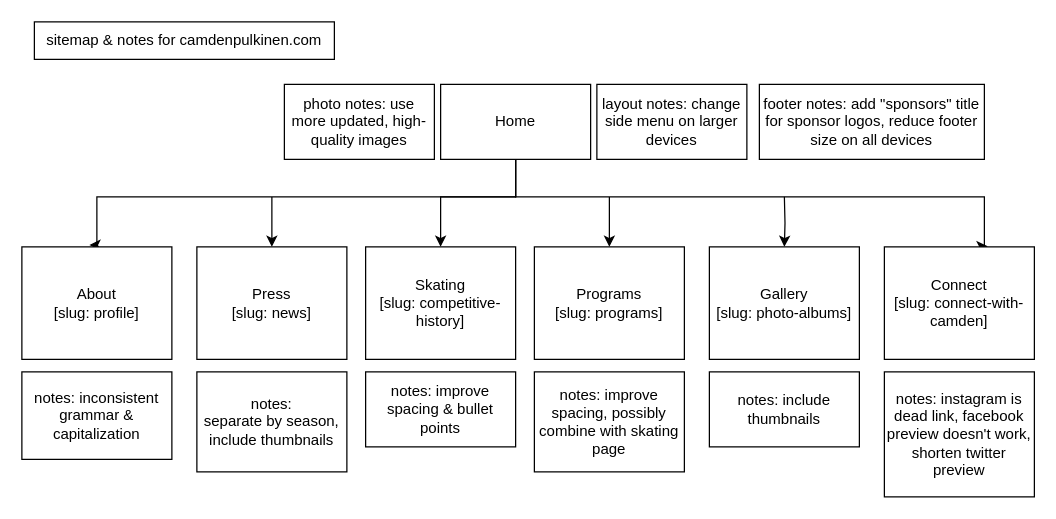
This is drawio-diagrams/camdenpulkinen-sitemap.drawio from cucumberpeel/camden, a draw.io file, before an edit. Source tidied: cells renumbered, new cells numbered last; positions are measured from the earlier drawing's top-left corner, leaving out a move shared by most shapes. Both pictures are drawn from the tidied source at 125%, with x=0, y=0 at pixel (21, 21).
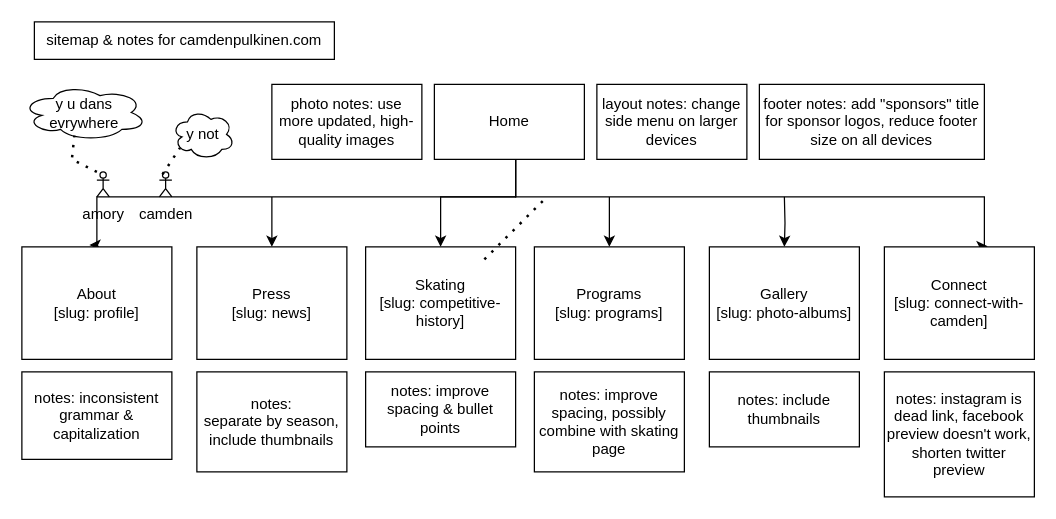
The same page after the edit.

The edit, as a diff of the source:
```diff
@@
     <mxCell id="5" value="Home" style="rounded=0;whiteSpace=wrap;html=1;strokeColor=default;fillColor=default;" parent="1" vertex="1">
-      <mxGeometry x="335" y="50" width="120" height="60" as="geometry" />
+      <mxGeometry x="330" y="50" width="120" height="60" as="geometry" />
     </mxCell>
@@
     <mxCell id="24" value="photo notes: use more updated, high-quality images" style="rounded=0;whiteSpace=wrap;html=1;" parent="1" vertex="1">
-      <mxGeometry x="210" y="50" width="120" height="60" as="geometry" />
+      <mxGeometry x="200" y="50" width="120" height="60" as="geometry" />
     </mxCell>
+    <mxCell id="25" value="amory&lt;br&gt;" style="shape=umlActor;verticalLabelPosition=bottom;verticalAlign=top;html=1;" parent="1" vertex="1">
+      <mxGeometry x="60" y="120" width="10" height="20" as="geometry" />
+    </mxCell>
+    <mxCell id="26" value="camden&lt;br&gt;" style="shape=umlActor;verticalLabelPosition=bottom;verticalAlign=top;html=1;outlineConnect=0;" parent="1" vertex="1">
+      <mxGeometry x="110" y="120" width="10" height="20" as="geometry" />
+    </mxCell>
+    <mxCell id="27" value="y u dans evrywhere" style="ellipse;shape=cloud;whiteSpace=wrap;html=1;align=center;" parent="1" vertex="1">
+      <mxGeometry y="50" width="100" height="45" as="geometry" />
+    </mxCell>
+    <mxCell id="28" value="y not&lt;br&gt;" style="ellipse;shape=cloud;whiteSpace=wrap;html=1;align=center;" parent="1" vertex="1">
+      <mxGeometry x="120" y="70" width="50" height="40" as="geometry" />
+    </mxCell>
+    <mxCell id="29" style="endArrow=none;dashed=1;html=1;dashPattern=1 3;strokeWidth=2;rounded=0;" parent="1" edge="1">
+      <mxGeometry relative="1" as="geometry">
+        <mxPoint x="370" y="190" as="sourcePoint" />
+        <mxPoint x="420" y="140" as="targetPoint" />
+      </mxGeometry>
+    </mxCell>
+    <mxCell id="30" style="endArrow=none;dashed=1;html=1;dashPattern=1 3;strokeWidth=2;rounded=0;entryX=0.42;entryY=0.911;entryDx=0;entryDy=0;entryPerimeter=0;" parent="1" edge="1" target="27">
+      <mxGeometry relative="1" as="geometry">
+        <mxPoint x="60" y="120" as="sourcePoint" />
+        <Array as="points">
+          <mxPoint x="40" y="110" />
+        </Array>
+      </mxGeometry>
+    </mxCell>
+    <mxCell id="31" style="endArrow=none;dashed=1;html=1;dashPattern=1 3;strokeWidth=2;rounded=0;exitX=0.25;exitY=0.1;exitDx=0;exitDy=0;exitPerimeter=0;entryX=0.13;entryY=0.77;entryDx=0;entryDy=0;entryPerimeter=0;" parent="1" edge="1" source="26" target="28">
+      <mxGeometry relative="1" as="geometry" />
+    </mxCell>
```
